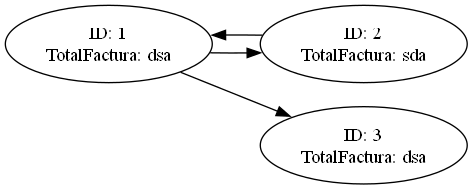
Before: Servicios.png, a diagram exported from Graphviz (JoseAv/RespaldoEdd). Its source is kept beside it as Servicios.dot.
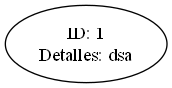
Above is the later version.

The edit, as a diff of the source:
```diff
@@ -1,9 +1,3 @@
 digraph G {  rankdir=LR
- "1" [label="ID: 1\nTotalFactura: sa"];
- "2" [label="ID: 2\nTotalFactura: sda"];
- "1" [label="ID: 1\nTotalFactura: dsa"];
- "3" [label="ID: 3\nTotalFactura: dsa"];
-"1" -> "2" ;
-"2" -> "1" ;
-"1" -> "3" ;
+ "1" [label="ID: 1\nDetalles: dsa"];
 }
```
